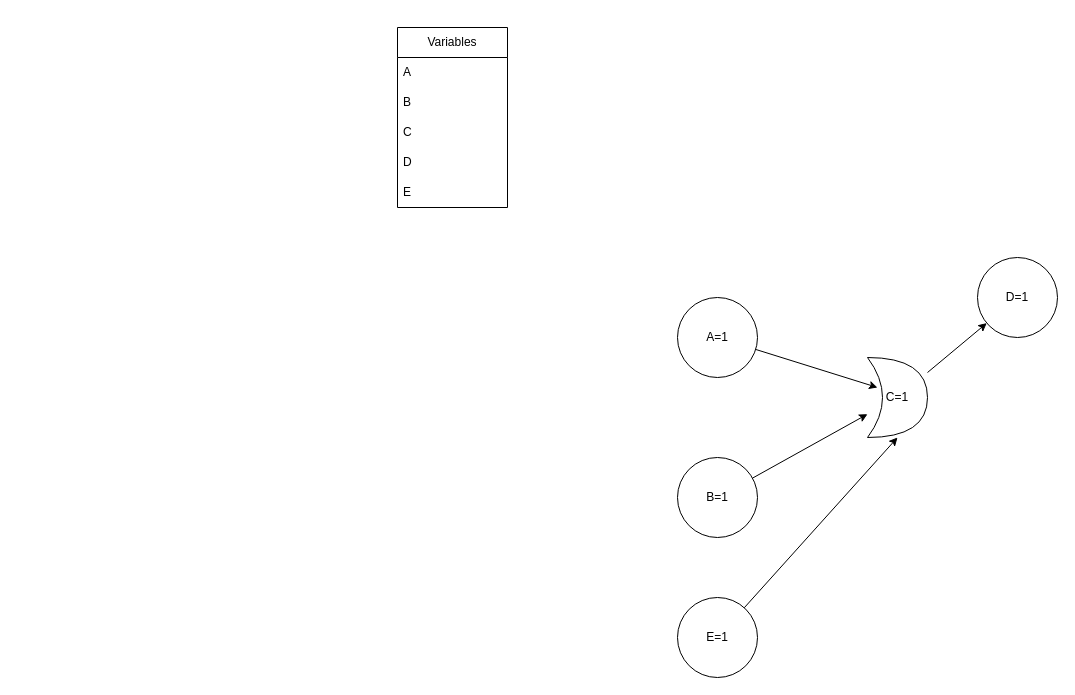
The draw.io diagram RuleBasedNetwork/TestRunDia.drawio in dieupatr/RegelNetzwerk, before the edit. Source tidied: cells renumbered, new cells numbered last; positions are measured from the earlier drawing's top-left corner, leaving out a move shared by most shapes. Both pictures are drawn from the tidied source at 100%, with x=0, y=0 at pixel (397, 27).
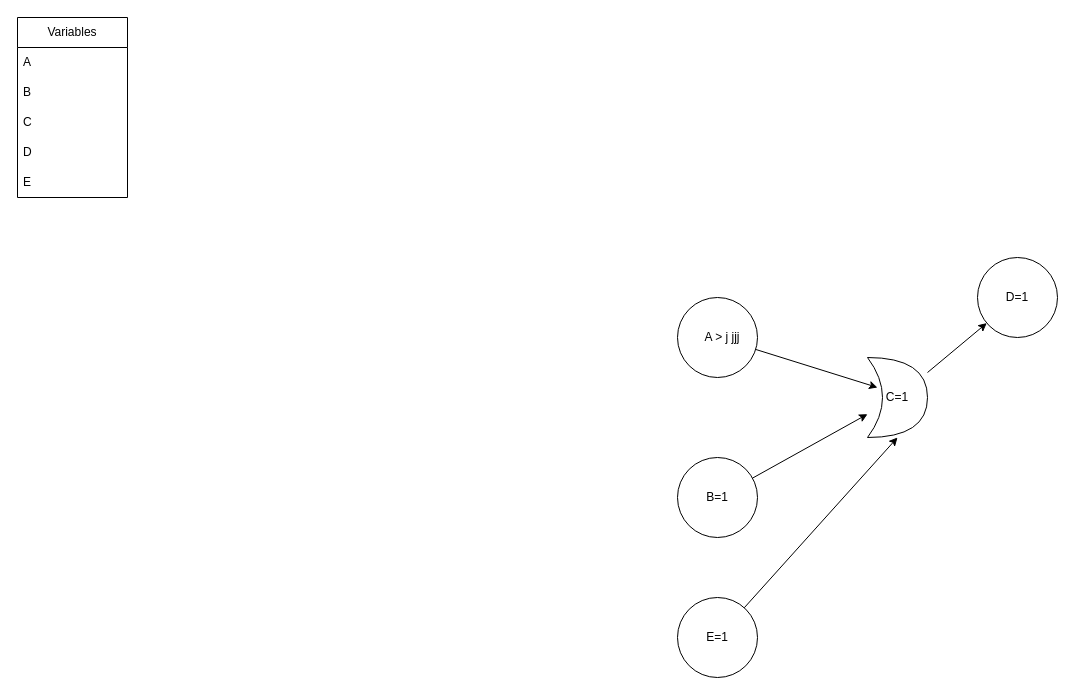
The same diagram, later.

What changed in the source:
```diff
@@
 <mxGraphModel>
   <root>
     <mxCell id="0" />
     <mxCell id="1" parent="0" />
     <mxCell id="2" style="edgeStyle=none;rounded=0;jettySize=auto;html=1;entryX=0.167;entryY=0.375;entryDx=0;entryDy=0;entryPerimeter=0;" parent="1" edge="1" source="3" target="10">
       <mxGeometry relative="1" as="geometry" />
     </mxCell>
-    <mxCell id="3" value="A=1" style="ellipse;whiteSpace=wrap;html=1;" parent="1" vertex="1">
+    <mxCell id="3" value="&amp;nbsp; &amp;nbsp;A &amp;gt; j jjj" style="ellipse;whiteSpace=wrap;html=1;" parent="1" vertex="1">
       <mxGeometry x="280" y="270" width="80" height="80" as="geometry" />
     </mxCell>
     <mxCell id="4" style="edgeStyle=none;rounded=0;jettySize=auto;html=1;" parent="1" edge="1" source="5" target="10">
       <mxGeometry relative="1" as="geometry" />
     </mxCell>
     <mxCell id="5" value="B=1" style="ellipse;whiteSpace=wrap;html=1;" parent="1" vertex="1">
       <mxGeometry x="280" y="430" width="80" height="80" as="geometry" />
     </mxCell>
     <mxCell id="6" value="D=1" style="ellipse;whiteSpace=wrap;html=1;" parent="1" vertex="1">
       <mxGeometry x="580" y="230" width="80" height="80" as="geometry" />
     </mxCell>
     <mxCell id="7" style="edgeStyle=none;rounded=0;jettySize=auto;html=1;entryX=0.5;entryY=1;entryDx=0;entryDy=0;entryPerimeter=0;" parent="1" edge="1" source="8" target="10">
       <mxGeometry relative="1" as="geometry" />
     </mxCell>
     <mxCell id="8" value="E=1" style="ellipse;whiteSpace=wrap;html=1;" parent="1" vertex="1">
       <mxGeometry x="280" y="570" width="80" height="80" as="geometry" />
     </mxCell>
     <mxCell id="9" style="edgeStyle=none;rounded=0;jettySize=auto;html=1;" parent="1" edge="1" source="10" target="6">
       <mxGeometry relative="1" as="geometry" />
     </mxCell>
     <mxCell id="10" value="C=1" style="shape=xor;whiteSpace=wrap;html=1;" parent="1" vertex="1">
       <mxGeometry x="470" y="330" width="60" height="80" as="geometry" />
     </mxCell>
     <mxCell id="11" value="Variables" style="swimlane;fontStyle=0;horizontal=1;startSize=30;whiteSpace=wrap;html=1;" parent="1" vertex="1">
-      <mxGeometry width="110" height="180" as="geometry" />
+      <mxGeometry x="-380" y="-10" width="110" height="180" as="geometry" />
     </mxCell>
     <mxCell id="12" value="A" style="text;strokeColor=none;fillColor=none;align=left;verticalAlign=middle;spacingLeft=4;spacingRight=4;overflow=hidden;whiteSpace=wrap;html=1;" parent="11" vertex="1">
       <mxGeometry y="30" width="110" height="30" as="geometry" />
     </mxCell>
     <mxCell id="13" value="B" style="text;strokeColor=none;fillColor=none;align=left;verticalAlign=middle;spacingLeft=4;spacingRight=4;overflow=hidden;whiteSpace=wrap;html=1;" parent="11" vertex="1">
       <mxGeometry y="60" width="110" height="30" as="geometry" />
     </mxCell>
     <mxCell id="14" value="C" style="text;strokeColor=none;fillColor=none;align=left;verticalAlign=middle;spacingLeft=4;spacingRight=4;overflow=hidden;whiteSpace=wrap;html=1;" parent="11" vertex="1">
       <mxGeometry y="90" width="110" height="30" as="geometry" />
     </mxCell>
     <mxCell id="15" value="D" style="text;strokeColor=none;fillColor=none;align=left;verticalAlign=middle;spacingLeft=4;spacingRight=4;overflow=hidden;whiteSpace=wrap;html=1;" parent="11" vertex="1">
       <mxGeometry y="120" width="110" height="30" as="geometry" />
     </mxCell>
     <mxCell id="16" value="E" style="text;strokeColor=none;fillColor=none;align=left;verticalAlign=middle;spacingLeft=4;spacingRight=4;overflow=hidden;whiteSpace=wrap;html=1;" parent="11" vertex="1">
       <mxGeometry y="150" width="110" height="30" as="geometry" />
     </mxCell>
   </root>
 </mxGraphModel>
```
